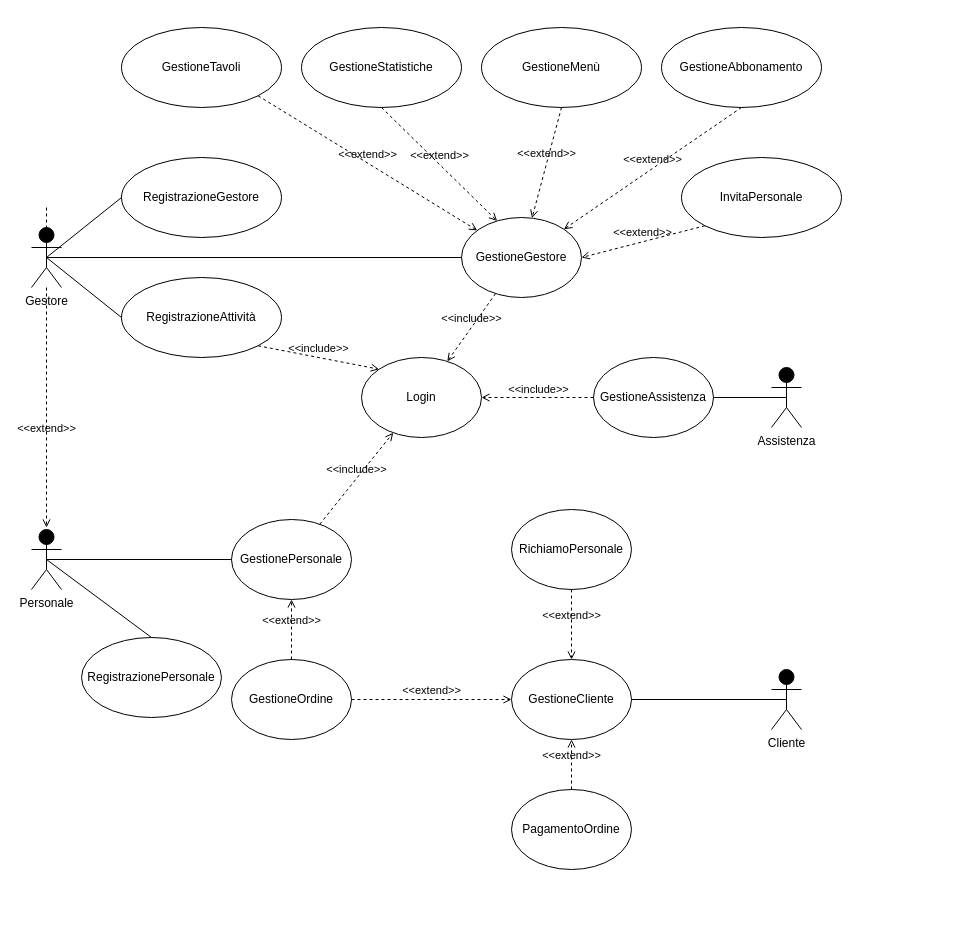
Before: page "Page-1" (1 of 2) of Casi d'uso_V5.drawio in Marco-Burattoni/Progetto-ids, a draw.io diagram. Source tidied: cells renumbered, new cells numbered last; positions are measured from the earlier drawing's top-left corner, leaving out a move shared by most shapes. Both pictures are drawn from the tidied source at 100%, with x=0, y=0 at pixel (31, 27).
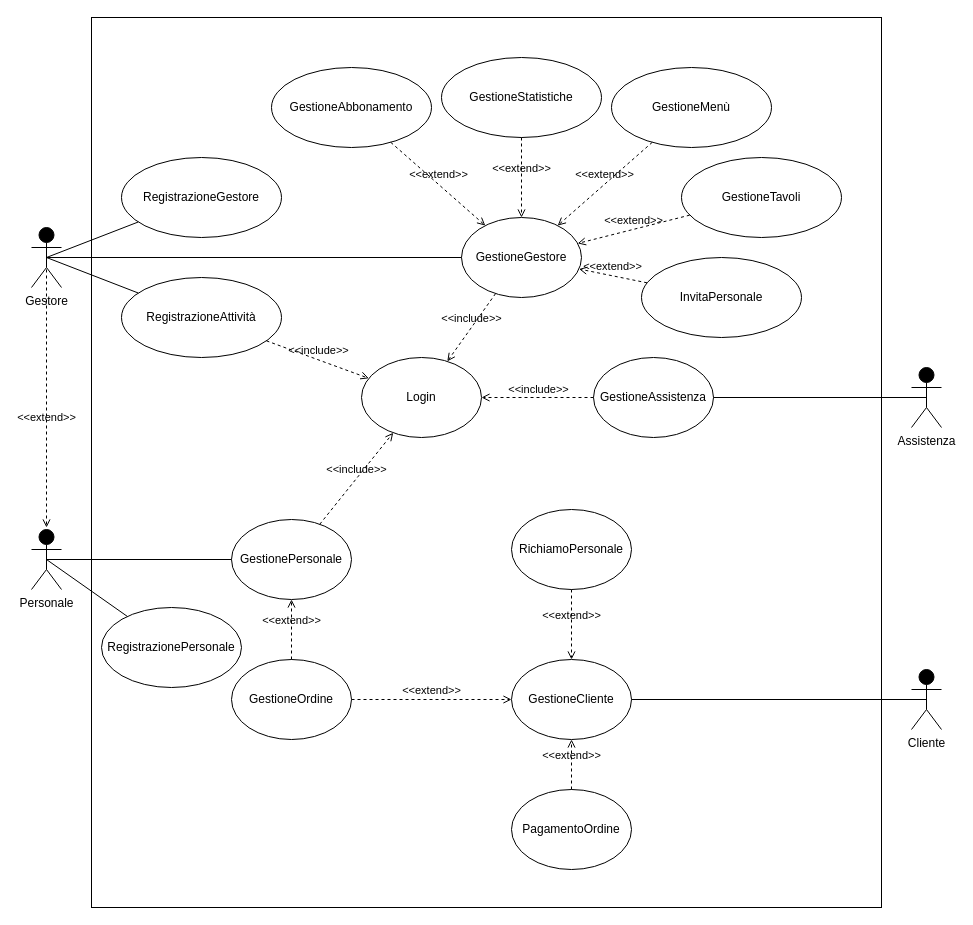
The same diagram, later.

Commit message (it also covers changes not shown here):
security e misuse case

The change refers to these unchanged cells:
```xml
<mxCell id="3" value="Personale" style="shape=umlActor;html=1;verticalLabelPosition=bottom;verticalAlign=top;align=center;fillColor=#000000;" parent="1" vertex="1">
  <mxGeometry y="502" width="30" height="60" as="geometry" />
</mxCell>
<mxCell id="5" value="GestioneGestore" style="ellipse;whiteSpace=wrap;html=1;fillColor=#FFFFFF;" parent="1" vertex="1">
  <mxGeometry x="430" y="190" width="120" height="80" as="geometry" />
</mxCell>
<mxCell id="6" value="Login" style="ellipse;whiteSpace=wrap;html=1;fillColor=#FFFFFF;" parent="1" vertex="1">
  <mxGeometry x="330" y="330" width="120" height="80" as="geometry" />
</mxCell>
<mxCell id="7" value="RegistrazioneGestore" style="ellipse;whiteSpace=wrap;html=1;fillColor=#FFFFFF;" parent="1" vertex="1">
  <mxGeometry x="90" y="130" width="160" height="80" as="geometry" />
</mxCell>
<mxCell id="13" value="GestioneCliente" style="ellipse;whiteSpace=wrap;html=1;fillColor=#FFFFFF;" parent="1" vertex="1">
  <mxGeometry x="480" y="632" width="120" height="80" as="geometry" />
</mxCell>
<mxCell id="24" value="GestioneOrdine" style="ellipse;whiteSpace=wrap;html=1;fillColor=#FFFFFF;" parent="1" vertex="1">
  <mxGeometry x="200" y="632" width="120" height="80" as="geometry" />
</mxCell>
<mxCell id="31" value="RegistrazioneAttività" style="ellipse;whiteSpace=wrap;html=1;fillColor=#FFFFFF;" parent="1" vertex="1">
  <mxGeometry x="90" y="250" width="160" height="80" as="geometry" />
</mxCell>
<mxCell id="38" value="Gestore" style="shape=umlActor;html=1;verticalLabelPosition=bottom;verticalAlign=top;align=center;fillColor=#000000;" parent="1" vertex="1">
  <mxGeometry y="200" width="30" height="60" as="geometry" />
</mxCell>
```

Change to the diagram source:
```diff
@@
     <mxCell id="2" value="Cliente" style="shape=umlActor;html=1;verticalLabelPosition=bottom;verticalAlign=top;align=center;fillColor=#000000;" parent="1" vertex="1">
-      <mxGeometry x="740" y="642" width="30" height="60" as="geometry" />
+      <mxGeometry x="880" y="642" width="30" height="60" as="geometry" />
     </mxCell>
@@
     <mxCell id="4" value="Assistenza" style="shape=umlActor;verticalLabelPosition=bottom;verticalAlign=top;html=1;outlineConnect=0;fillColor=#000000;" parent="1" vertex="1">
-      <mxGeometry x="740" y="340" width="30" height="60" as="geometry" />
+      <mxGeometry x="880" y="340" width="30" height="60" as="geometry" />
     </mxCell>
@@
     <mxCell id="18" value="GestioneMenù" style="ellipse;whiteSpace=wrap;html=1;fillColor=#FFFFFF;" parent="1" vertex="1">
-      <mxGeometry x="450" width="160" height="80" as="geometry" />
+      <mxGeometry x="580" y="40" width="160" height="80" as="geometry" />
     </mxCell>
     <mxCell id="19" value="RegistrazionePersonale" style="ellipse;whiteSpace=wrap;html=1;fillColor=#FFFFFF;" parent="1" vertex="1">
-      <mxGeometry x="50" y="610" width="140" height="80" as="geometry" />
+      <mxGeometry x="70" y="580" width="140" height="80" as="geometry" />
     </mxCell>
@@
-    <mxCell id="26" value="&amp;lt;&amp;lt;extend&amp;gt;&amp;gt;" style="html=1;verticalAlign=bottom;labelBackgroundColor=none;endArrow=open;endFill=0;dashed=1;rounded=0;exitX=1;exitY=0.5;exitDx=0;exitDy=0;" parent="1" edge="1" source="24" target="13">
+    <mxCell id="26" value="&amp;lt;&amp;lt;extend&amp;gt;&amp;gt;" style="html=1;verticalAlign=bottom;labelBackgroundColor=none;endArrow=open;endFill=0;dashed=1;rounded=0;" parent="1" edge="1" source="24" target="13">
       <mxGeometry relative="1" as="geometry" />
     </mxCell>
-    <mxCell id="27" style="endArrow=none;html=1;rounded=0;exitX=0.5;exitY=0.5;exitDx=0;exitDy=0;exitPerimeter=0;entryX=0;entryY=0.5;entryDx=0;entryDy=0;" parent="1" edge="1" source="38" target="7">
+    <mxCell id="27" style="endArrow=none;html=1;rounded=0;exitX=0.5;exitY=0.5;exitDx=0;exitDy=0;exitPerimeter=0;" parent="1" edge="1" source="38" target="7">
       <mxGeometry relative="1" as="geometry" />
     </mxCell>
     <mxCell id="28" value="GestioneAbbonamento" style="ellipse;whiteSpace=wrap;html=1;fillColor=#FFFFFF;" parent="1" vertex="1">
-      <mxGeometry x="630" width="160" height="80" as="geometry" />
+      <mxGeometry x="240" y="40" width="160" height="80" as="geometry" />
     </mxCell>
-    <mxCell id="29" value="&amp;lt;&amp;lt;extend&amp;gt;&amp;gt;" style="html=1;verticalAlign=bottom;labelBackgroundColor=none;endArrow=open;endFill=0;dashed=1;rounded=0;exitX=0.5;exitY=1;exitDx=0;exitDy=0;" parent="1" edge="1" source="18" target="5">
+    <mxCell id="29" value="&amp;lt;&amp;lt;extend&amp;gt;&amp;gt;" style="html=1;verticalAlign=bottom;labelBackgroundColor=none;endArrow=open;endFill=0;dashed=1;rounded=0;" parent="1" edge="1" source="18" target="5">
       <mxGeometry relative="1" as="geometry" />
     </mxCell>
-    <mxCell id="30" value="&amp;lt;&amp;lt;extend&amp;gt;&amp;gt;" style="html=1;verticalAlign=bottom;labelBackgroundColor=none;endArrow=open;endFill=0;dashed=1;rounded=0;exitX=0.5;exitY=1;exitDx=0;exitDy=0;entryX=1;entryY=0;entryDx=0;entryDy=0;" parent="1" edge="1" source="28" target="5">
+    <mxCell id="30" value="&amp;lt;&amp;lt;extend&amp;gt;&amp;gt;" style="html=1;verticalAlign=bottom;labelBackgroundColor=none;endArrow=open;endFill=0;dashed=1;rounded=0;" parent="1" edge="1" source="28" target="5">
       <mxGeometry relative="1" as="geometry" />
     </mxCell>
@@
-    <mxCell id="32" value="&amp;lt;&amp;lt;extend&amp;gt;&amp;gt;" style="html=1;verticalAlign=bottom;labelBackgroundColor=none;endArrow=open;endFill=0;dashed=1;rounded=0;startArrow=none;" parent="1" edge="1" source="38">
+    <mxCell id="32" value="&amp;lt;&amp;lt;extend&amp;gt;&amp;gt;" style="html=1;verticalAlign=bottom;labelBackgroundColor=none;endArrow=open;endFill=0;dashed=1;rounded=0;startArrow=none;exitX=0.5;exitY=0.5;exitDx=0;exitDy=0;exitPerimeter=0;" parent="1" edge="1" source="38">
       <mxGeometry x="0.25" relative="1" as="geometry">
         <mxPoint x="15" y="500" as="targetPoint" />
       </mxGeometry>
     </mxCell>
-    <mxCell id="33" style="endArrow=none;html=1;rounded=0;exitX=0.5;exitY=0.5;exitDx=0;exitDy=0;exitPerimeter=0;entryX=0.5;entryY=0;entryDx=0;entryDy=0;" parent="1" edge="1" source="3" target="19">
+    <mxCell id="33" style="endArrow=none;html=1;rounded=0;exitX=0.5;exitY=0.5;exitDx=0;exitDy=0;exitPerimeter=0;" parent="1" edge="1" source="3" target="19">
       <mxGeometry relative="1" as="geometry" />
     </mxCell>
-    <mxCell id="34" style="endArrow=none;html=1;rounded=0;exitX=0.5;exitY=0.5;exitDx=0;exitDy=0;exitPerimeter=0;entryX=0;entryY=0.5;entryDx=0;entryDy=0;" parent="1" edge="1" source="38" target="31">
+    <mxCell id="34" style="endArrow=none;html=1;rounded=0;exitX=0.5;exitY=0.5;exitDx=0;exitDy=0;exitPerimeter=0;" parent="1" edge="1" source="38" target="31">
       <mxGeometry relative="1" as="geometry" />
     </mxCell>
-    <mxCell id="35" value="&amp;lt;&amp;lt;include&amp;gt;&amp;gt;" style="html=1;verticalAlign=bottom;labelBackgroundColor=none;endArrow=open;endFill=0;dashed=1;rounded=0;exitX=1;exitY=1;exitDx=0;exitDy=0;entryX=0;entryY=0;entryDx=0;entryDy=0;" parent="1" edge="1" source="31" target="6">
+    <mxCell id="35" value="&amp;lt;&amp;lt;include&amp;gt;&amp;gt;" style="html=1;verticalAlign=bottom;labelBackgroundColor=none;endArrow=open;endFill=0;dashed=1;rounded=0;" parent="1" edge="1" source="31" target="6">
       <mxGeometry relative="1" as="geometry" />
     </mxCell>
     <mxCell id="36" value="GestioneStatistiche" style="ellipse;whiteSpace=wrap;html=1;fillColor=#FFFFFF;" parent="1" vertex="1">
-      <mxGeometry x="270" width="160" height="80" as="geometry" />
+      <mxGeometry x="410" y="30" width="160" height="80" as="geometry" />
     </mxCell>
     <mxCell id="37" value="GestioneTavoli" style="ellipse;whiteSpace=wrap;html=1;fillColor=#FFFFFF;" parent="1" vertex="1">
-      <mxGeometry x="90" width="160" height="80" as="geometry" />
+      <mxGeometry x="650" y="130" width="160" height="80" as="geometry" />
     </mxCell>
@@
-    <mxCell id="39" style="html=1;verticalAlign=bottom;labelBackgroundColor=none;endArrow=none;endFill=0;dashed=1;rounded=0;" parent="1" edge="1" target="38">
-      <mxGeometry x="0.25" relative="1" as="geometry">
-        <mxPoint x="15" y="180" as="sourcePoint" />
-      </mxGeometry>
-    </mxCell>
-    <mxCell id="40" value="&amp;lt;&amp;lt;extend&amp;gt;&amp;gt;" style="html=1;verticalAlign=bottom;labelBackgroundColor=none;endArrow=open;endFill=0;dashed=1;rounded=0;exitX=0.5;exitY=1;exitDx=0;exitDy=0;entryX=0.297;entryY=0.043;entryDx=0;entryDy=0;entryPerimeter=0;" parent="1" edge="1" source="36" target="5">
+    <mxCell id="40" value="&amp;lt;&amp;lt;extend&amp;gt;&amp;gt;" style="html=1;verticalAlign=bottom;labelBackgroundColor=none;endArrow=open;endFill=0;dashed=1;rounded=0;" parent="1" edge="1" source="36" target="5">
       <mxGeometry relative="1" as="geometry" />
     </mxCell>
-    <mxCell id="41" value="&amp;lt;&amp;lt;extend&amp;gt;&amp;gt;" style="html=1;verticalAlign=bottom;labelBackgroundColor=none;endArrow=open;endFill=0;dashed=1;rounded=0;exitX=1;exitY=1;exitDx=0;exitDy=0;" parent="1" edge="1" source="37" target="5">
+    <mxCell id="41" value="&amp;lt;&amp;lt;extend&amp;gt;&amp;gt;" style="html=1;verticalAlign=bottom;labelBackgroundColor=none;endArrow=open;endFill=0;dashed=1;rounded=0;" parent="1" edge="1" source="37" target="5">
       <mxGeometry relative="1" as="geometry" />
     </mxCell>
     <mxCell id="42" value="InvitaPersonale" style="ellipse;whiteSpace=wrap;html=1;fillColor=#FFFFFF;" parent="1" vertex="1">
-      <mxGeometry x="650" y="130" width="160" height="80" as="geometry" />
+      <mxGeometry x="610" y="230" width="160" height="80" as="geometry" />
     </mxCell>
-    <mxCell id="43" value="&amp;lt;&amp;lt;extend&amp;gt;&amp;gt;" style="html=1;verticalAlign=bottom;labelBackgroundColor=none;endArrow=open;endFill=0;dashed=1;rounded=0;exitX=0;exitY=1;exitDx=0;exitDy=0;entryX=1;entryY=0.5;entryDx=0;entryDy=0;" parent="1" edge="1" source="42" target="5">
+    <mxCell id="43" value="&amp;lt;&amp;lt;extend&amp;gt;&amp;gt;" style="html=1;verticalAlign=bottom;labelBackgroundColor=none;endArrow=open;endFill=0;dashed=1;rounded=0;" parent="1" edge="1" source="42" target="5">
       <mxGeometry relative="1" as="geometry" />
     </mxCell>
+    <mxCell id="44" style="rounded=0;whiteSpace=wrap;html=1;fillColor=none;" parent="1" vertex="1">
+      <mxGeometry x="60" y="-10" width="790" height="890" as="geometry" />
+    </mxCell>
```
